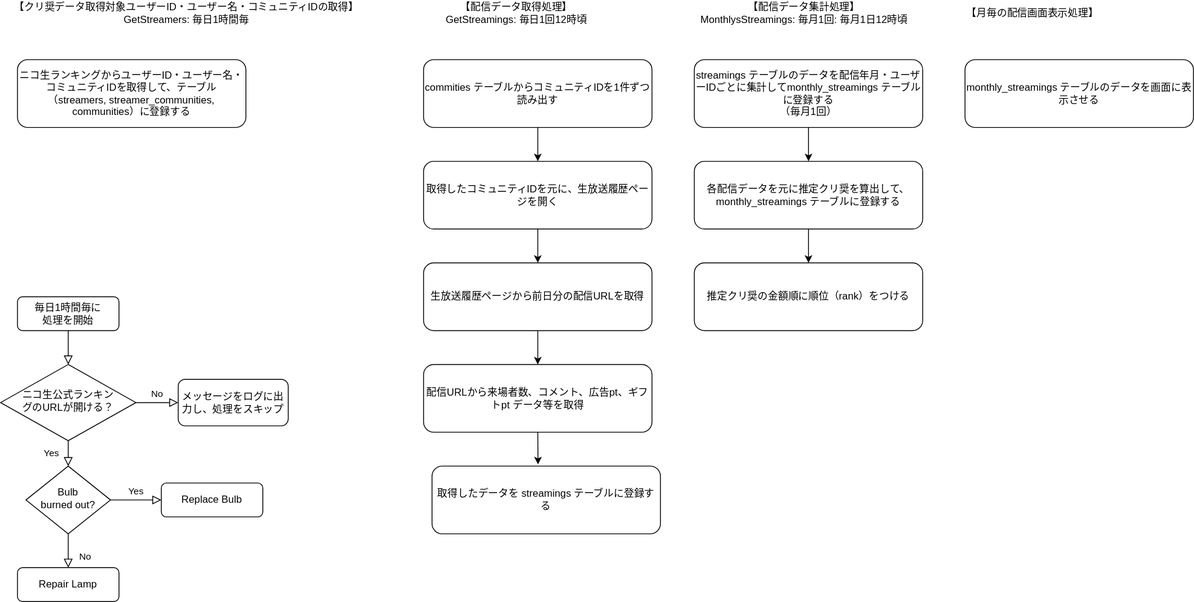
This is 処理フローチャート.drawio.svg from MASA20201203/NicodbLaravel, a draw.io export, as it was before one commit. Source tidied: cells renumbered, new cells last; positions are measured from the earlier drawing's top-left corner, leaving out a move shared by most shapes.
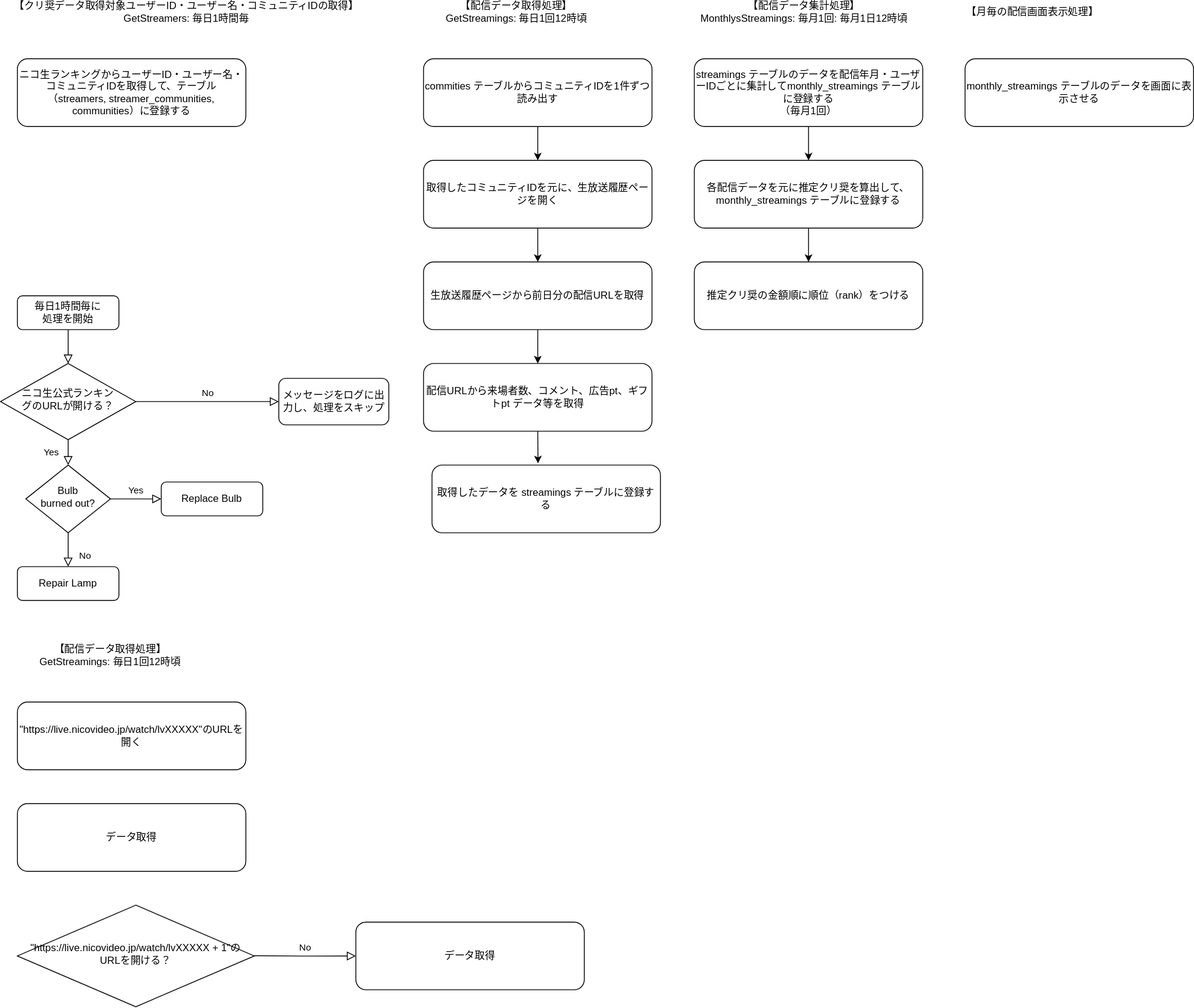
The same file after the commit.

Commit message:
全配信データが取得できるようなロジックの検討

What changed in the source:
```diff
@@ -18,7 +18,7 @@
       <mxGeometry y="430" width="160" height="90" as="geometry" />
     </mxCell>
     <mxCell id="7" value="メッセージをログに出力し、処理をスキップ" style="rounded=1;whiteSpace=wrap;html=1;fontSize=12;glass=0;strokeWidth=1;shadow=0;" parent="1" vertex="1">
-      <mxGeometry x="210" y="447.5" width="130" height="55" as="geometry" />
+      <mxGeometry x="329" y="447.5" width="130" height="55" as="geometry" />
     </mxCell>
     <mxCell id="8" value="No" style="rounded=0;html=1;jettySize=auto;fontSize=11;endArrow=block;endFill=0;endSize=8;strokeWidth=1;shadow=0;labelBackgroundColor=none;edgeStyle=orthogonalEdgeStyle;" parent="1" edge="1" source="10" target="11">
       <mxGeometry x="0.33" y="20" relative="1" as="geometry" />
@@ -95,5 +95,26 @@
     <mxCell id="32" value="monthly_streamings テーブルのデータを画面に表示させる" style="rounded=1;whiteSpace=wrap;html=1;fontSize=12;glass=0;strokeWidth=1;shadow=0;" parent="1" vertex="1">
       <mxGeometry x="1140" y="70" width="270" height="80" as="geometry" />
     </mxCell>
+    <mxCell id="33" value="【配信データ取得処理】&lt;br&gt;GetStreamings:&amp;nbsp;毎日1回12時頃" style="text;html=1;strokeColor=none;fillColor=none;align=center;verticalAlign=middle;whiteSpace=wrap;rounded=0;" parent="1" vertex="1">
+      <mxGeometry x="10" y="760" width="240" height="30" as="geometry" />
+    </mxCell>
+    <mxCell id="34" value="&quot;https://live.nicovideo.jp/watch/lvXXXXX&quot;のURLを開く" style="rounded=1;whiteSpace=wrap;html=1;fontSize=12;glass=0;strokeWidth=1;shadow=0;" parent="1" vertex="1">
+      <mxGeometry x="20" y="830" width="270" height="80" as="geometry" />
+    </mxCell>
+    <mxCell id="35" value="データ取得" style="rounded=1;whiteSpace=wrap;html=1;fontSize=12;glass=0;strokeWidth=1;shadow=0;" parent="1" vertex="1">
+      <mxGeometry x="20" y="950" width="270" height="80" as="geometry" />
+    </mxCell>
+    <mxCell id="36" value="&quot;https://live.nicovideo.jp/watch/lvXXXXX + 1&quot;のURLを開ける？" style="rhombus;whiteSpace=wrap;html=1;shadow=0;fontFamily=Helvetica;fontSize=12;align=center;strokeWidth=1;spacing=6;spacingTop=-4;" parent="1" vertex="1">
+      <mxGeometry x="20" y="1070" width="280" height="120" as="geometry" />
+    </mxCell>
+    <mxCell id="37" value="No" style="edgeStyle=orthogonalEdgeStyle;rounded=0;html=1;jettySize=auto;orthogonalLoop=1;fontSize=11;endArrow=block;endFill=0;endSize=8;strokeWidth=1;shadow=0;labelBackgroundColor=none;" parent="1" edge="1">
+      <mxGeometry y="10" relative="1" as="geometry">
+        <mxPoint x="300" y="1129.7" as="sourcePoint" />
+        <mxPoint x="420" y="1130" as="targetPoint" />
+      </mxGeometry>
+    </mxCell>
+    <mxCell id="38" value="データ取得" style="rounded=1;whiteSpace=wrap;html=1;fontSize=12;glass=0;strokeWidth=1;shadow=0;" parent="1" vertex="1">
+      <mxGeometry x="420" y="1090" width="270" height="80" as="geometry" />
+    </mxCell>
   </root>
 </mxGraphModel>
```
